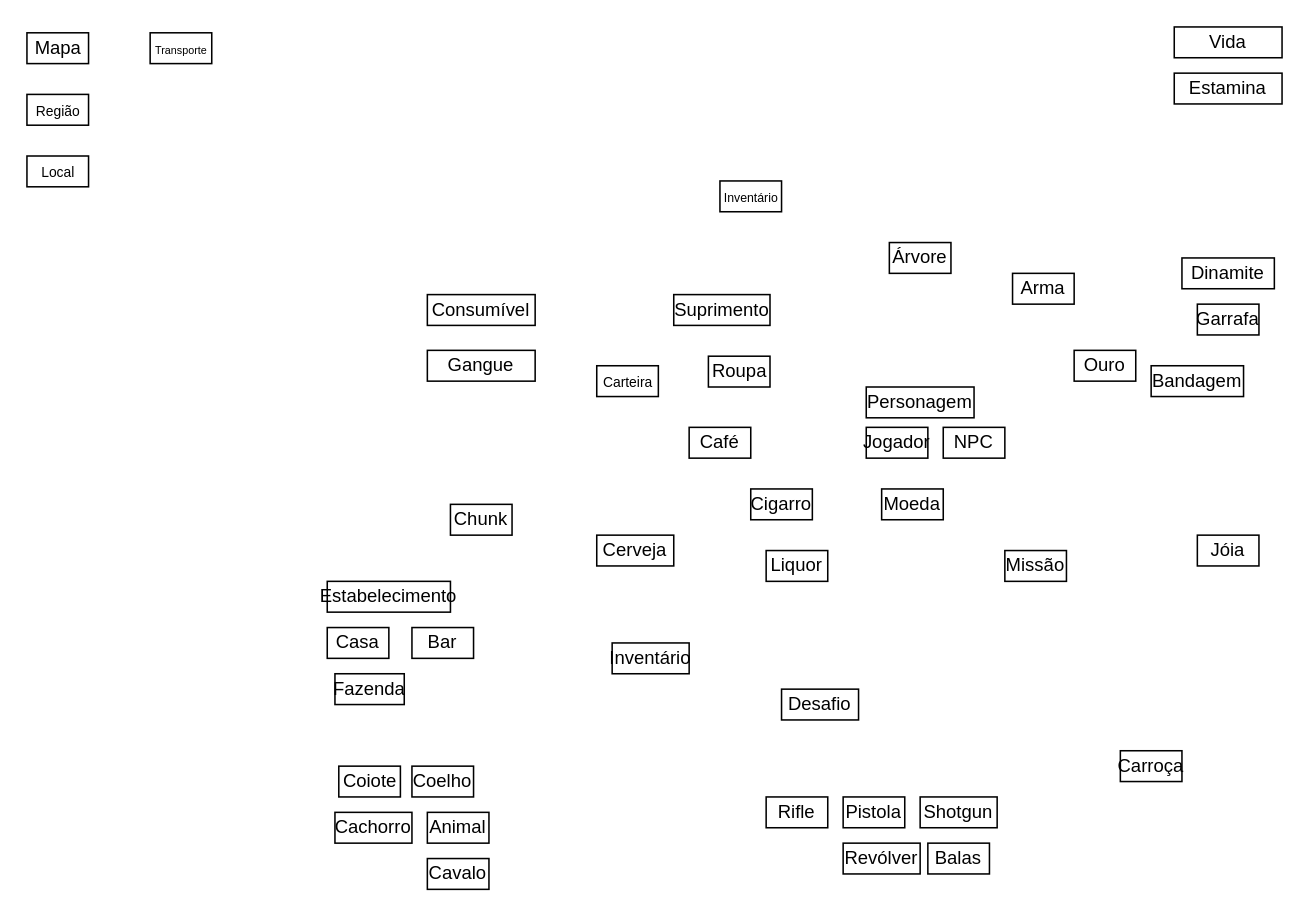
The draw.io diagram assets/img/Untitled Diagram.drawio in SBD1/2024.1-Red_Dead_Redemption2, before the edit. Source tidied: cells renumbered, new cells numbered last; positions are measured from the earlier drawing's top-left corner, leaving out a move shared by most shapes. Both pictures are drawn from the tidied source at 154%, with x=0, y=0 at pixel (26, 26).
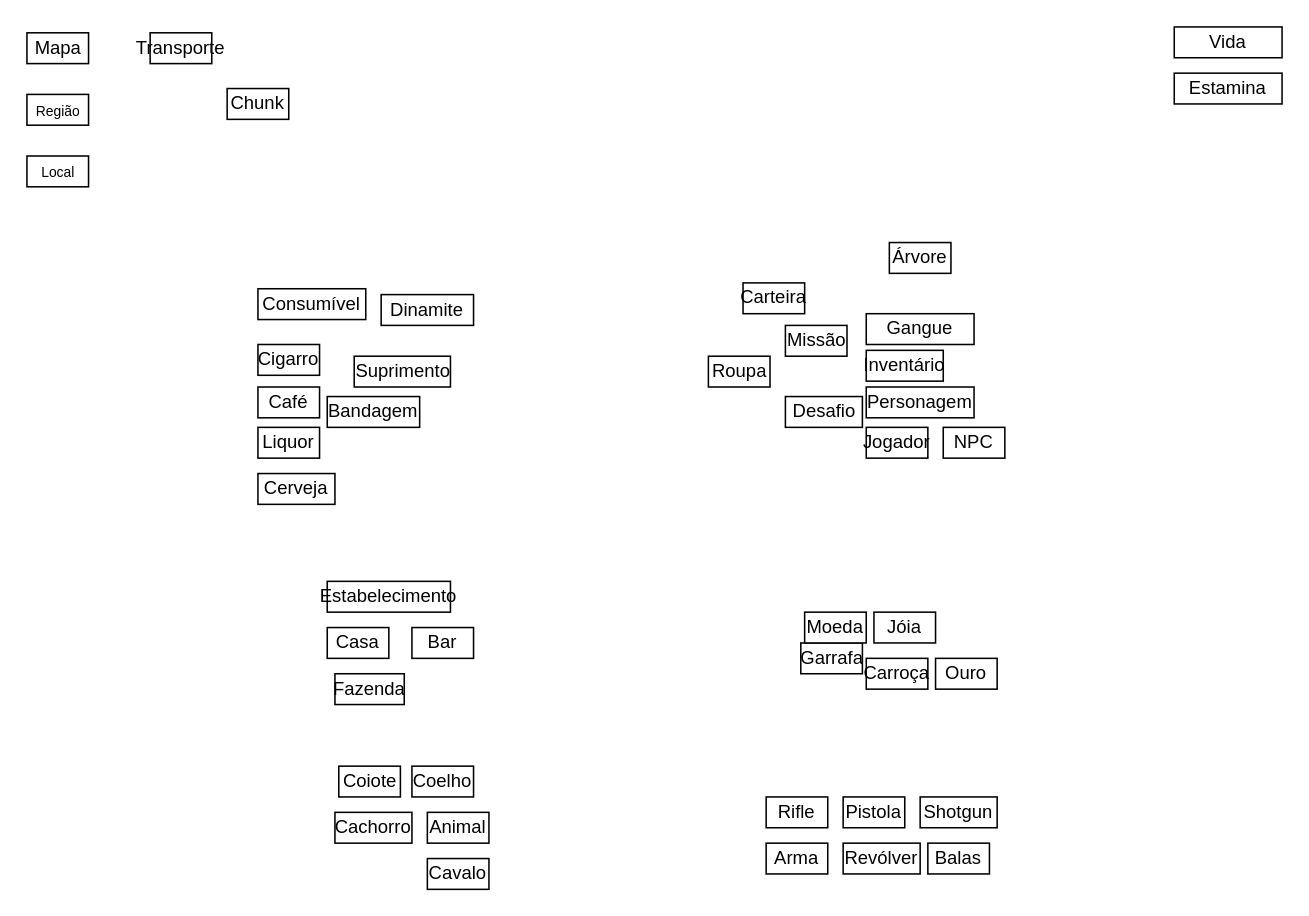
The same diagram, later.

What changed in the source:
```diff
@@
     <mxCell id="9" value="Arma" style="whiteSpace=wrap;html=1;" parent="1" vertex="1">
-      <mxGeometry x="640" y="160" width="40" height="20" as="geometry" />
+      <mxGeometry x="480" y="530" width="40" height="20" as="geometry" />
     </mxCell>
@@
-    <mxCell id="12" style="whiteSpace=wrap;html=1;" parent="1" vertex="1">
-      <mxGeometry x="450" y="100" width="40" height="20" as="geometry" />
-    </mxCell>
@@
-    <mxCell id="14" value="&lt;font style=&quot;font-size: 8px;&quot;&gt;Inventário&lt;/font&gt;" style="text;html=1;align=center;verticalAlign=middle;whiteSpace=wrap;rounded=0;" parent="1" vertex="1">
-      <mxGeometry x="457.5" y="106.2" width="25" height="7.5" as="geometry" />
-    </mxCell>
@@
     <mxCell id="17" value="Ouro" style="whiteSpace=wrap;html=1;" parent="1" vertex="1">
-      <mxGeometry x="680" y="210" width="40" height="20" as="geometry" />
+      <mxGeometry x="590" y="410" width="40" height="20" as="geometry" />
     </mxCell>
@@
     <mxCell id="19" value="Bandagem" style="whiteSpace=wrap;html=1;" parent="1" vertex="1">
-      <mxGeometry x="730" y="220" width="60" height="20" as="geometry" />
+      <mxGeometry x="195" y="240" width="60" height="20" as="geometry" />
     </mxCell>
     <mxCell id="20" value="Garrafa" style="whiteSpace=wrap;html=1;" parent="1" vertex="1">
-      <mxGeometry x="760" y="180" width="40" height="20" as="geometry" />
+      <mxGeometry x="502.5" y="400" width="40" height="20" as="geometry" />
     </mxCell>
     <mxCell id="21" value="Dinamite" style="whiteSpace=wrap;html=1;" parent="1" vertex="1">
-      <mxGeometry x="750" y="150" width="60" height="20" as="geometry" />
+      <mxGeometry x="230" y="173.8" width="60" height="20" as="geometry" />
     </mxCell>
-    <mxCell id="22" style="whiteSpace=wrap;html=1;" parent="1" vertex="1">
+    <mxCell id="22" value="Transporte" style="whiteSpace=wrap;html=1;" parent="1" vertex="1">
       <mxGeometry x="80" y="3.8" width="40" height="20" as="geometry" />
     </mxCell>
@@
-    <mxCell id="24" value="&lt;font style=&quot;font-size: 7px;&quot;&gt;Transporte&lt;/font&gt;" style="text;html=1;align=center;verticalAlign=middle;whiteSpace=wrap;rounded=0;" parent="1" vertex="1">
-      <mxGeometry x="87.5" y="10" width="25" height="7.5" as="geometry" />
-    </mxCell>
     <mxCell id="25" value="Jóia" style="whiteSpace=wrap;html=1;" parent="1" vertex="1">
-      <mxGeometry x="760" y="330" width="40" height="20" as="geometry" />
+      <mxGeometry x="550" y="380" width="40" height="20" as="geometry" />
     </mxCell>
@@
     <mxCell id="28" value="Carroça" style="whiteSpace=wrap;html=1;" parent="1" vertex="1">
-      <mxGeometry x="710" y="470" width="40" height="20" as="geometry" />
+      <mxGeometry x="545" y="410" width="40" height="20" as="geometry" />
     </mxCell>
@@
     <mxCell id="30" value="Moeda" style="whiteSpace=wrap;html=1;" parent="1" vertex="1">
-      <mxGeometry x="555" y="300" width="40" height="20" as="geometry" />
+      <mxGeometry x="505" y="380" width="40" height="20" as="geometry" />
     </mxCell>
     <mxCell id="31" value="Gangue" style="whiteSpace=wrap;html=1;" parent="1" vertex="1">
-      <mxGeometry x="260" y="210" width="70" height="20" as="geometry" />
+      <mxGeometry x="545" y="186.2" width="70" height="20" as="geometry" />
     </mxCell>
-    <mxCell id="32" style="whiteSpace=wrap;html=1;" parent="1" vertex="1">
-      <mxGeometry x="370" y="220" width="40" height="20" as="geometry" />
+    <mxCell id="32" value="Carteira" style="whiteSpace=wrap;html=1;" parent="1" vertex="1">
+      <mxGeometry x="465" y="166.2" width="40" height="20" as="geometry" />
     </mxCell>
     <mxCell id="33" value="Consumível" style="whiteSpace=wrap;html=1;" parent="1" vertex="1">
-      <mxGeometry x="260" y="173.8" width="70" height="20" as="geometry" />
+      <mxGeometry x="150" y="170" width="70" height="20" as="geometry" />
     </mxCell>
-    <mxCell id="34" value="&lt;font style=&quot;font-size: 9px;&quot;&gt;Carteira&lt;/font&gt;" style="text;html=1;align=center;verticalAlign=middle;whiteSpace=wrap;rounded=0;" parent="1" vertex="1">
-      <mxGeometry x="377.5" y="226.2" width="25" height="7.5" as="geometry" />
-    </mxCell>
     <mxCell id="35" value="Cigarro" style="whiteSpace=wrap;html=1;" parent="1" vertex="1">
-      <mxGeometry x="470" y="300" width="40" height="20" as="geometry" />
+      <mxGeometry x="150" y="206.2" width="40" height="20" as="geometry" />
     </mxCell>
     <mxCell id="36" value="Liquor" style="whiteSpace=wrap;html=1;" parent="1" vertex="1">
-      <mxGeometry x="480" y="340" width="40" height="20" as="geometry" />
+      <mxGeometry x="150" y="260" width="40" height="20" as="geometry" />
     </mxCell>
     <mxCell id="37" value="Cerveja" style="whiteSpace=wrap;html=1;" parent="1" vertex="1">
-      <mxGeometry x="370" y="330" width="50" height="20" as="geometry" />
+      <mxGeometry x="150" y="290" width="50" height="20" as="geometry" />
     </mxCell>
     <mxCell id="38" value="Café" style="whiteSpace=wrap;html=1;" parent="1" vertex="1">
-      <mxGeometry x="430" y="260" width="40" height="20" as="geometry" />
+      <mxGeometry x="150" y="233.8" width="40" height="20" as="geometry" />
     </mxCell>
@@
     <mxCell id="43" value="Missão" style="whiteSpace=wrap;html=1;" parent="1" vertex="1">
-      <mxGeometry x="635" y="340" width="40" height="20" as="geometry" />
+      <mxGeometry x="492.5" y="193.8" width="40" height="20" as="geometry" />
     </mxCell>
     <mxCell id="44" value="Inventário" style="whiteSpace=wrap;html=1;" parent="1" vertex="1">
-      <mxGeometry x="380" y="400" width="50" height="20" as="geometry" />
+      <mxGeometry x="545" y="210" width="50" height="20" as="geometry" />
     </mxCell>
     <mxCell id="45" value="Desafio" style="whiteSpace=wrap;html=1;" parent="1" vertex="1">
-      <mxGeometry x="490" y="430" width="50" height="20" as="geometry" />
+      <mxGeometry x="492.5" y="240" width="50" height="20" as="geometry" />
     </mxCell>
@@
     <mxCell id="48" value="Suprimento" style="whiteSpace=wrap;html=1;" parent="1" vertex="1">
-      <mxGeometry x="420" y="173.8" width="62.5" height="20" as="geometry" />
+      <mxGeometry x="212.5" y="213.8" width="62.5" height="20" as="geometry" />
     </mxCell>
@@
     <mxCell id="50" value="Chunk" style="whiteSpace=wrap;html=1;" parent="1" vertex="1">
-      <mxGeometry x="275" y="310" width="40" height="20" as="geometry" />
+      <mxGeometry x="130" y="40" width="40" height="20" as="geometry" />
     </mxCell>
```
